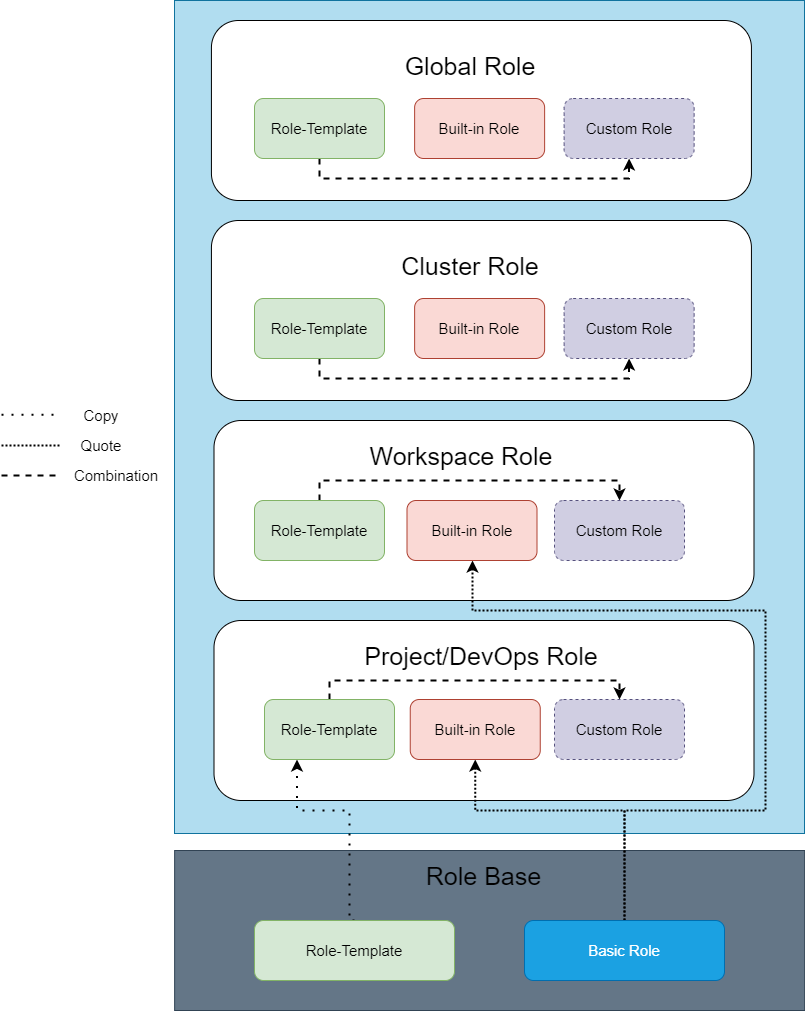
Earlier version of the draw.io export static/dev-guide/images/access-control/role.png (kubesphere/dev-guide). Source tidied: cells renumbered, new cells last; positions are measured from the earlier drawing's top-left corner, leaving out a move shared by most shapes.
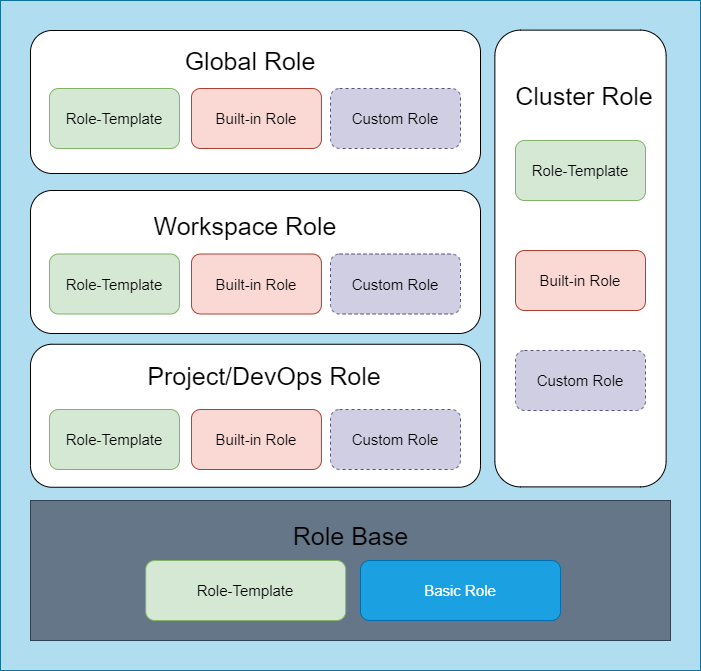
The same file after the commit.

Change to the diagram source:
```diff
@@ -3,166 +3,82 @@
     <mxCell id="0" />
     <mxCell id="1" parent="0" />
     <mxCell id="2" style="rounded=0;whiteSpace=wrap;html=1;fillColor=#b1ddf0;strokeColor=#10739e;" parent="1" vertex="1">
-      <mxGeometry x="173" width="630" height="833" as="geometry" />
+      <mxGeometry x="213" y="270" width="700" height="670" as="geometry" />
     </mxCell>
-    <mxCell id="3" style="rounded=1;whiteSpace=wrap;html=1;" parent="1" vertex="1">
-      <mxGeometry x="209.9" y="220" width="540" height="180" as="geometry" />
-    </mxCell>
     <mxCell id="4" style="rounded=1;whiteSpace=wrap;html=1;" parent="1" vertex="1">
-      <mxGeometry x="212.5" y="620" width="540" height="180" as="geometry" />
+      <mxGeometry x="243" y="613.8" width="450" height="143" as="geometry" />
     </mxCell>
     <mxCell id="5" style="rounded=1;whiteSpace=wrap;html=1;" parent="1" vertex="1">
-      <mxGeometry x="212.5" y="420" width="540" height="180" as="geometry" />
+      <mxGeometry x="243" y="460" width="450" height="143" as="geometry" />
     </mxCell>
     <mxCell id="6" style="rounded=0;whiteSpace=wrap;html=1;fillColor=#647687;fontColor=#ffffff;strokeColor=#314354;glass=0;" parent="1" vertex="1">
-      <mxGeometry x="173.1" y="850" width="630" height="160" as="geometry" />
+      <mxGeometry x="243" y="770" width="640" height="140" as="geometry" />
     </mxCell>
-    <mxCell id="7" style="edgeStyle=orthogonalEdgeStyle;rounded=0;jettySize=auto;html=1;exitX=0.5;exitY=0;exitDx=0;exitDy=0;entryX=0.25;entryY=1;entryDx=0;entryDy=0;fontSize=15;startArrow=none;startFill=0;endArrow=classic;endFill=1;strokeColor=#000000;strokeWidth=2;dashed=1;dashPattern=1 4;" parent="1" edge="1" source="8" target="23">
-      <mxGeometry relative="1" as="geometry">
-        <Array as="points">
-          <mxPoint x="348" y="810" />
-          <mxPoint x="296" y="810" />
-        </Array>
-      </mxGeometry>
-    </mxCell>
     <mxCell id="8" value="&lt;font style=&quot;font-size: 15px;&quot;&gt;Role-Template&lt;/font&gt;" style="rounded=1;whiteSpace=wrap;html=1;fillColor=#d5e8d4;strokeColor=#82b366;" parent="1" vertex="1">
-      <mxGeometry x="253" y="920" width="200" height="60" as="geometry" />
+      <mxGeometry x="358.2" y="830" width="200" height="60" as="geometry" />
     </mxCell>
-    <mxCell id="9" style="edgeStyle=orthogonalEdgeStyle;rounded=0;jettySize=auto;html=1;exitX=0.5;exitY=0;exitDx=0;exitDy=0;fontSize=15;startArrow=none;startFill=0;endArrow=classic;endFill=1;strokeColor=#000000;strokeWidth=2;dashed=1;dashPattern=1 1;" parent="1" edge="1" source="11" target="24">
-      <mxGeometry relative="1" as="geometry">
-        <Array as="points">
-          <mxPoint x="623" y="909" />
-          <mxPoint x="623" y="810" />
-          <mxPoint x="474" y="810" />
-        </Array>
-      </mxGeometry>
-    </mxCell>
-    <mxCell id="10" style="edgeStyle=orthogonalEdgeStyle;rounded=0;jettySize=auto;html=1;exitX=0.5;exitY=0;exitDx=0;exitDy=0;fontSize=15;startArrow=none;startFill=0;endArrow=classic;endFill=1;strokeColor=#000000;strokeWidth=2;dashed=1;dashPattern=1 1;" parent="1" edge="1" source="11">
-      <mxGeometry relative="1" as="geometry">
-        <mxPoint x="471" y="560" as="targetPoint" />
-        <Array as="points">
-          <mxPoint x="623" y="909" />
-          <mxPoint x="623" y="810" />
-          <mxPoint x="764" y="810" />
-          <mxPoint x="764" y="610" />
-          <mxPoint x="471" y="610" />
-        </Array>
-      </mxGeometry>
-    </mxCell>
     <mxCell id="11" value="&lt;font style=&quot;font-size: 15px;&quot;&gt;Basic Role&lt;/font&gt;" style="rounded=1;whiteSpace=wrap;html=1;fillColor=#1ba1e2;fontColor=#ffffff;strokeColor=#006EAF;" parent="1" vertex="1">
-      <mxGeometry x="523" y="920" width="200" height="60" as="geometry" />
+      <mxGeometry x="573" y="830" width="200" height="60" as="geometry" />
     </mxCell>
     <mxCell id="12" value="&lt;font style=&quot;font-size: 25px;&quot;&gt;Role Base&lt;/font&gt;" style="text;html=1;strokeColor=none;fillColor=none;align=center;verticalAlign=middle;whiteSpace=wrap;rounded=0;" parent="1" vertex="1">
-      <mxGeometry x="420" y="860" width="125" height="30" as="geometry" />
+      <mxGeometry x="500.5" y="790" width="125" height="30" as="geometry" />
     </mxCell>
-    <mxCell id="13" style="edgeStyle=orthogonalEdgeStyle;rounded=0;jettySize=auto;html=1;exitX=0.5;exitY=0;exitDx=0;exitDy=0;entryX=0.5;entryY=0;entryDx=0;entryDy=0;dashed=1;fontSize=15;startArrow=none;startFill=0;endArrow=classic;endFill=1;strokeColor=#000000;strokeWidth=2;" parent="1" edge="1" source="14" target="21">
-      <mxGeometry relative="1" as="geometry">
-        <Array as="points">
-          <mxPoint x="318" y="480" />
-          <mxPoint x="618" y="480" />
-        </Array>
-      </mxGeometry>
-    </mxCell>
     <mxCell id="14" value="&lt;font style=&quot;font-size: 15px;&quot;&gt;Role-Template&lt;/font&gt;" style="rounded=1;whiteSpace=wrap;html=1;fillColor=#d5e8d4;strokeColor=#82b366;" parent="1" vertex="1">
-      <mxGeometry x="253" y="500" width="130" height="60" as="geometry" />
+      <mxGeometry x="261.9" y="523.5" width="130" height="60" as="geometry" />
     </mxCell>
     <mxCell id="15" value="&lt;font style=&quot;font-size: 15px;&quot;&gt;Built-in Role&lt;/font&gt;" style="rounded=1;whiteSpace=wrap;html=1;fillColor=#fad9d5;strokeColor=#ae4132;" parent="1" vertex="1">
-      <mxGeometry x="405.5" y="500" width="130" height="60" as="geometry" />
+      <mxGeometry x="403.9" y="523.5" width="130" height="60" as="geometry" />
     </mxCell>
     <mxCell id="16" value="&lt;font style=&quot;font-size: 25px;&quot;&gt;Workspace Role&lt;/font&gt;" style="text;html=1;strokeColor=none;fillColor=none;align=center;verticalAlign=middle;whiteSpace=wrap;rounded=0;" parent="1" vertex="1">
-      <mxGeometry x="365.5" y="440" width="187.5" height="30" as="geometry" />
+      <mxGeometry x="364.4" y="480" width="187.5" height="30" as="geometry" />
     </mxCell>
-    <mxCell id="17" style="edgeStyle=orthogonalEdgeStyle;rounded=0;jettySize=auto;html=1;exitX=0.5;exitY=1;exitDx=0;exitDy=0;entryX=0.5;entryY=1;entryDx=0;entryDy=0;dashed=1;fontSize=15;startArrow=none;startFill=0;endArrow=classic;endFill=1;strokeColor=#000000;strokeWidth=2;" parent="1" edge="1" source="18" target="26">
-      <mxGeometry relative="1" as="geometry" />
-    </mxCell>
-    <mxCell id="18" value="&lt;font style=&quot;font-size: 15px;&quot;&gt;Role-Template&lt;/font&gt;" style="rounded=1;whiteSpace=wrap;html=1;fillColor=#d5e8d4;strokeColor=#82b366;" parent="1" vertex="1">
-      <mxGeometry x="253" y="298" width="130" height="60" as="geometry" />
-    </mxCell>
-    <mxCell id="19" value="&lt;font style=&quot;font-size: 15px;&quot;&gt;Built-in Role&lt;/font&gt;" style="rounded=1;whiteSpace=wrap;html=1;fillColor=#fad9d5;strokeColor=#ae4132;" parent="1" vertex="1">
-      <mxGeometry x="413.1" y="298" width="130" height="60" as="geometry" />
-    </mxCell>
-    <mxCell id="20" value="&lt;font style=&quot;font-size: 25px;&quot;&gt;Cluster Role&lt;/font&gt;" style="text;html=1;strokeColor=none;fillColor=none;align=center;verticalAlign=middle;whiteSpace=wrap;rounded=0;" parent="1" vertex="1">
-      <mxGeometry x="375.1" y="250" width="187.5" height="30" as="geometry" />
-    </mxCell>
     <mxCell id="21" value="&lt;font style=&quot;font-size: 15px;&quot;&gt;Custom Role&lt;/font&gt;" style="rounded=1;whiteSpace=wrap;html=1;fillColor=#d0cee2;strokeColor=#56517e;dashed=1;" parent="1" vertex="1">
-      <mxGeometry x="553" y="500" width="130" height="60" as="geometry" />
+      <mxGeometry x="543" y="523.5" width="130" height="60" as="geometry" />
     </mxCell>
-    <mxCell id="22" style="edgeStyle=orthogonalEdgeStyle;rounded=0;jettySize=auto;html=1;exitX=0.5;exitY=0;exitDx=0;exitDy=0;entryX=0.5;entryY=0;entryDx=0;entryDy=0;dashed=1;fontSize=15;startArrow=none;startFill=0;endArrow=classic;endFill=1;strokeColor=#000000;strokeWidth=2;" parent="1" edge="1" source="23" target="27">
-      <mxGeometry relative="1" as="geometry">
-        <Array as="points">
-          <mxPoint x="328" y="680" />
-          <mxPoint x="618" y="680" />
-        </Array>
-      </mxGeometry>
-    </mxCell>
     <mxCell id="23" value="&lt;font style=&quot;font-size: 15px;&quot;&gt;Role-Template&lt;/font&gt;" style="rounded=1;whiteSpace=wrap;html=1;fillColor=#d5e8d4;strokeColor=#82b366;" parent="1" vertex="1">
-      <mxGeometry x="263" y="699" width="130" height="60" as="geometry" />
+      <mxGeometry x="261.9" y="679" width="130" height="60" as="geometry" />
     </mxCell>
     <mxCell id="24" value="&lt;font style=&quot;font-size: 15px;&quot;&gt;Built-in Role&lt;/font&gt;" style="rounded=1;whiteSpace=wrap;html=1;fillColor=#fad9d5;strokeColor=#ae4132;" parent="1" vertex="1">
-      <mxGeometry x="408.8" y="699" width="130" height="60" as="geometry" />
+      <mxGeometry x="403.9" y="679" width="130" height="60" as="geometry" />
     </mxCell>
     <mxCell id="25" value="&lt;font style=&quot;font-size: 25px;&quot;&gt;Project/DevOps Role&lt;/font&gt;" style="text;html=1;strokeColor=none;fillColor=none;align=center;verticalAlign=middle;whiteSpace=wrap;rounded=0;" parent="1" vertex="1">
-      <mxGeometry x="336.9" y="640" width="286.1" height="30" as="geometry" />
+      <mxGeometry x="334" y="630" width="286.1" height="30" as="geometry" />
     </mxCell>
     <mxCell id="26" value="&lt;font style=&quot;font-size: 15px;&quot;&gt;Custom Role&lt;/font&gt;" style="rounded=1;whiteSpace=wrap;html=1;fillColor=#d0cee2;strokeColor=#56517e;dashed=1;" parent="1" vertex="1">
-      <mxGeometry x="562.6" y="298" width="130" height="60" as="geometry" />
+      <mxGeometry x="721.4" y="498" width="130" height="60" as="geometry" />
     </mxCell>
     <mxCell id="27" value="&lt;font style=&quot;font-size: 15px;&quot;&gt;Custom Role&lt;/font&gt;" style="rounded=1;whiteSpace=wrap;html=1;fillColor=#d0cee2;strokeColor=#56517e;dashed=1;" parent="1" vertex="1">
-      <mxGeometry x="553" y="699" width="130" height="60" as="geometry" />
+      <mxGeometry x="543" y="679" width="130" height="60" as="geometry" />
     </mxCell>
     <mxCell id="28" style="rounded=1;whiteSpace=wrap;html=1;" parent="1" vertex="1">
-      <mxGeometry x="209.9" y="20" width="540" height="180" as="geometry" />
+      <mxGeometry x="243" y="300" width="450" height="143" as="geometry" />
     </mxCell>
-    <mxCell id="29" style="edgeStyle=orthogonalEdgeStyle;rounded=0;jettySize=auto;html=1;exitX=0.5;exitY=1;exitDx=0;exitDy=0;entryX=0.5;entryY=1;entryDx=0;entryDy=0;dashed=1;fontSize=15;startArrow=none;startFill=0;endArrow=classic;endFill=1;strokeColor=#000000;strokeWidth=2;" parent="1" edge="1" source="30" target="33">
-      <mxGeometry relative="1" as="geometry" />
-    </mxCell>
     <mxCell id="30" value="&lt;font style=&quot;font-size: 15px;&quot;&gt;Role-Template&lt;/font&gt;" style="rounded=1;whiteSpace=wrap;html=1;fillColor=#d5e8d4;strokeColor=#82b366;" parent="1" vertex="1">
-      <mxGeometry x="253" y="98" width="130" height="60" as="geometry" />
+      <mxGeometry x="261.9" y="358" width="130" height="60" as="geometry" />
     </mxCell>
     <mxCell id="31" value="&lt;font style=&quot;font-size: 15px;&quot;&gt;Built-in Role&lt;/font&gt;" style="rounded=1;whiteSpace=wrap;html=1;fillColor=#fad9d5;strokeColor=#ae4132;" parent="1" vertex="1">
-      <mxGeometry x="413.1" y="98" width="130" height="60" as="geometry" />
+      <mxGeometry x="403.9" y="358" width="130" height="60" as="geometry" />
     </mxCell>
     <mxCell id="32" value="&lt;font style=&quot;font-size: 25px;&quot;&gt;Global Role&lt;/font&gt;" style="text;html=1;strokeColor=none;fillColor=none;align=center;verticalAlign=middle;whiteSpace=wrap;rounded=0;" parent="1" vertex="1">
-      <mxGeometry x="375.1" y="50" width="187.5" height="30" as="geometry" />
+      <mxGeometry x="368.9" y="320" width="187.5" height="20" as="geometry" />
     </mxCell>
     <mxCell id="33" value="&lt;font style=&quot;font-size: 15px;&quot;&gt;Custom Role&lt;/font&gt;" style="rounded=1;whiteSpace=wrap;html=1;fillColor=#d0cee2;strokeColor=#56517e;dashed=1;" parent="1" vertex="1">
-      <mxGeometry x="562.6" y="98" width="130" height="60" as="geometry" />
+      <mxGeometry x="543" y="358" width="130" height="60" as="geometry" />
     </mxCell>
-    <mxCell id="34" style="edgeStyle=elbowEdgeStyle;elbow=horizontal;endArrow=none;html=1;rounded=0;fontSize=15;strokeColor=#000000;strokeWidth=2;endFill=0;dashed=1;dashPattern=1 4;" parent="1" edge="1">
-      <mxGeometry relative="1" as="geometry">
-        <mxPoint y="414.3" as="sourcePoint" />
-        <mxPoint x="60" y="414.3" as="targetPoint" />
-        <Array as="points">
-          <mxPoint x="40" y="414.3" />
-        </Array>
-      </mxGeometry>
-    </mxCell>
-    <mxCell id="35" style="edgeStyle=elbowEdgeStyle;elbow=horizontal;endArrow=none;html=1;rounded=0;fontSize=15;strokeColor=#000000;strokeWidth=2;endFill=0;dashed=1;dashPattern=1 1;" parent="1" edge="1">
-      <mxGeometry relative="1" as="geometry">
-        <mxPoint y="445" as="sourcePoint" />
-        <mxPoint x="60" y="445" as="targetPoint" />
-        <Array as="points">
-          <mxPoint x="40" y="445" />
-        </Array>
-      </mxGeometry>
-    </mxCell>
-    <mxCell id="36" style="edgeStyle=elbowEdgeStyle;elbow=horizontal;endArrow=none;html=1;rounded=0;fontSize=15;strokeColor=#000000;strokeWidth=2;endFill=0;dashed=1;" parent="1" edge="1">
-      <mxGeometry relative="1" as="geometry">
-        <mxPoint y="475" as="sourcePoint" />
-        <mxPoint x="60" y="475" as="targetPoint" />
-        <Array as="points">
-          <mxPoint x="40" y="475" />
-        </Array>
-      </mxGeometry>
-    </mxCell>
-    <mxCell id="37" value="Copy" style="text;html=1;strokeColor=none;fillColor=none;align=center;verticalAlign=middle;whiteSpace=wrap;rounded=0;dashed=1;fontSize=15;" parent="1" vertex="1">
-      <mxGeometry x="70" y="400" width="60" height="30" as="geometry" />
-    </mxCell>
-    <mxCell id="38" value="Quote" style="text;html=1;strokeColor=none;fillColor=none;align=center;verticalAlign=middle;whiteSpace=wrap;rounded=0;dashed=1;fontSize=15;" parent="1" vertex="1">
-      <mxGeometry x="70" y="430" width="60" height="30" as="geometry" />
-    </mxCell>
-    <mxCell id="39" value="Combination" style="text;html=1;strokeColor=none;fillColor=none;align=center;verticalAlign=middle;whiteSpace=wrap;rounded=0;dashed=1;fontSize=15;" parent="1" vertex="1">
-      <mxGeometry x="70" y="460" width="90" height="30" as="geometry" />
-    </mxCell>
+    <mxCell id="40" style="rounded=1;whiteSpace=wrap;html=1;" parent="1" vertex="1">
+      <mxGeometry x="707.4" y="299.6" width="171.2" height="456.8" as="geometry" />
+    </mxCell>
+    <mxCell id="18" value="&lt;font style=&quot;font-size: 15px;&quot;&gt;Role-Template&lt;/font&gt;" style="rounded=1;whiteSpace=wrap;html=1;fillColor=#d5e8d4;strokeColor=#82b366;" parent="1" vertex="1">
+      <mxGeometry x="728" y="410" width="130" height="60" as="geometry" />
+    </mxCell>
+    <mxCell id="19" value="&lt;font style=&quot;font-size: 15px;&quot;&gt;Built-in Role&lt;/font&gt;" style="rounded=1;whiteSpace=wrap;html=1;fillColor=#fad9d5;strokeColor=#ae4132;" parent="1" vertex="1">
+      <mxGeometry x="728" y="520" width="130" height="60" as="geometry" />
+    </mxCell>
+    <mxCell id="20" value="&lt;font style=&quot;font-size: 25px;&quot;&gt;Cluster Role&lt;/font&gt;" style="text;html=1;strokeColor=none;fillColor=none;align=center;verticalAlign=middle;whiteSpace=wrap;rounded=0;" parent="1" vertex="1">
+      <mxGeometry x="703" y="350" width="187.5" height="30" as="geometry" />
+    </mxCell>
+    <mxCell id="41" value="&lt;font style=&quot;font-size: 15px;&quot;&gt;Custom Role&lt;/font&gt;" style="rounded=1;whiteSpace=wrap;html=1;fillColor=#d0cee2;strokeColor=#56517e;dashed=1;" parent="1" vertex="1">
+      <mxGeometry x="728" y="620" width="130" height="60" as="geometry" />
+    </mxCell>
   </root>
 </mxGraphModel>
```
